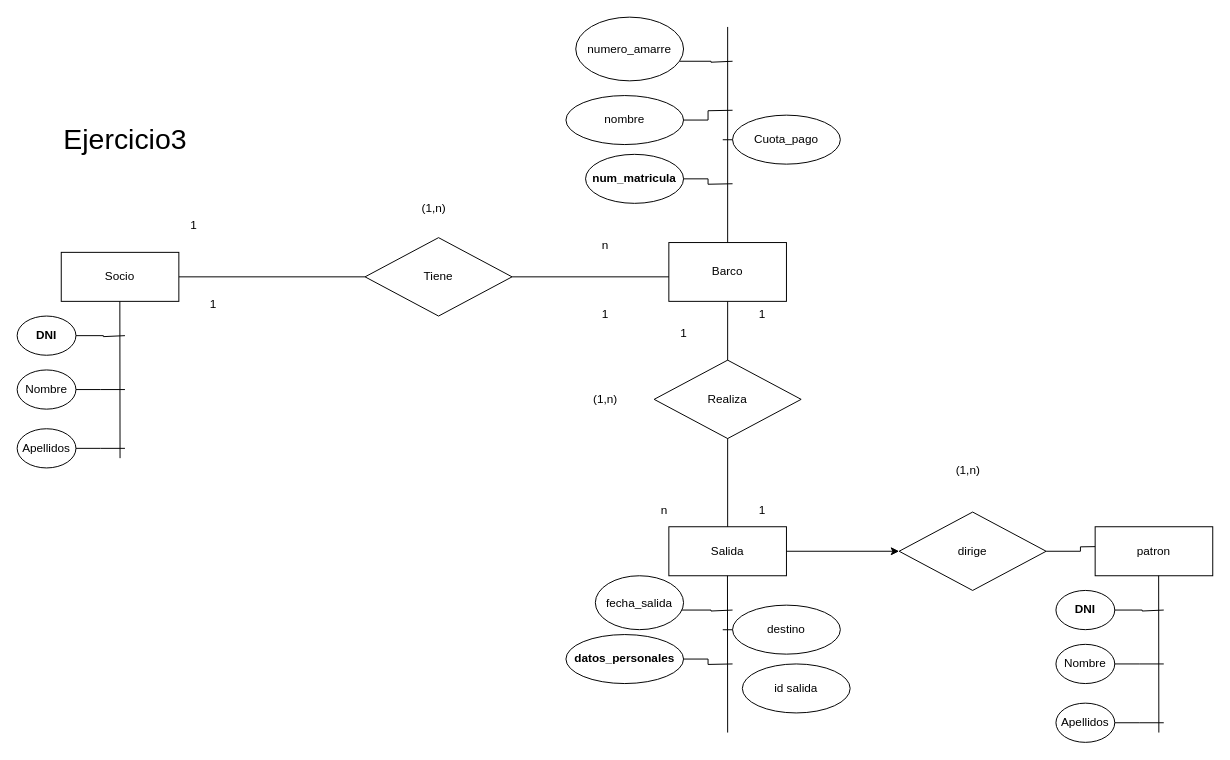
This is ejercicio3.drawio from victorsanchezr/abril23diagrama, a draw.io file, before an edit. Source tidied: cells renumbered, new cells numbered last; positions are measured from the earlier drawing's top-left corner, leaving out a move shared by most shapes. Both pictures are drawn from the tidied source at 98%, with x=0, y=0 at pixel (17, 17).
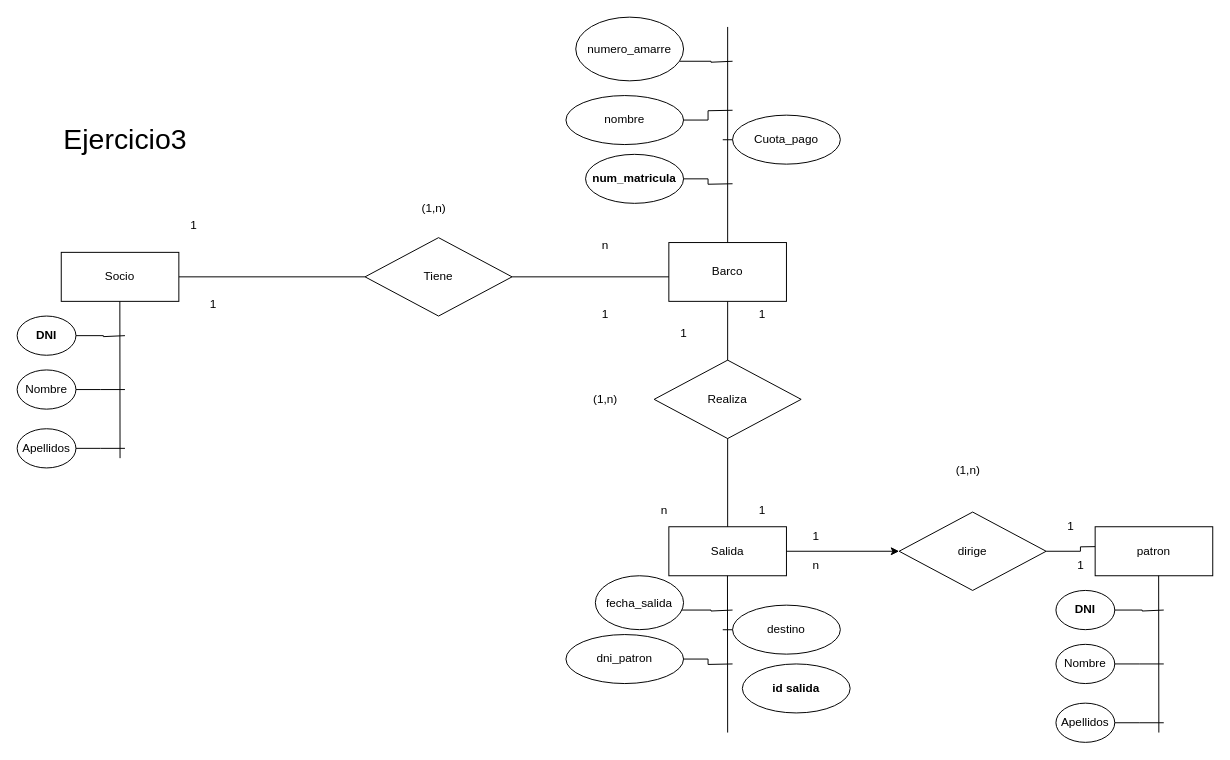
The same page after the edit.

What changed in the source:
```diff
@@
-    <mxCell id="20" value="&lt;b&gt;datos_personales&lt;/b&gt;" style="ellipse;whiteSpace=wrap;html=1;" parent="1" vertex="1">
+    <mxCell id="20" value="dni_patron" style="ellipse;whiteSpace=wrap;html=1;" parent="1" vertex="1">
       <mxGeometry x="560" y="630" width="120" height="50" as="geometry" />
     </mxCell>
@@
-    <mxCell id="44" value="id salida" style="ellipse;whiteSpace=wrap;html=1;" parent="1" vertex="1">
+    <mxCell id="44" value="&lt;b&gt;id salida&lt;/b&gt;" style="ellipse;whiteSpace=wrap;html=1;" parent="1" vertex="1">
       <mxGeometry x="740" y="660" width="110" height="50" as="geometry" />
     </mxCell>
@@
+    <mxCell id="56" value="1" style="text;html=1;align=center;verticalAlign=middle;strokeColor=none;fillColor=none;" parent="1" vertex="1">
+      <mxGeometry x="1060" y="505" width="30" height="30" as="geometry" />
+    </mxCell>
+    <mxCell id="57" value="1" style="text;html=1;align=center;verticalAlign=middle;strokeColor=none;fillColor=none;" parent="1" vertex="1">
+      <mxGeometry x="800" y="515" width="30" height="30" as="geometry" />
+    </mxCell>
+    <mxCell id="58" value="n" style="text;html=1;align=center;verticalAlign=middle;strokeColor=none;fillColor=none;" parent="1" vertex="1">
+      <mxGeometry x="800" y="545" width="30" height="30" as="geometry" />
+    </mxCell>
+    <mxCell id="59" value="1" style="text;html=1;align=center;verticalAlign=middle;strokeColor=none;fillColor=none;" parent="1" vertex="1">
+      <mxGeometry x="1070" y="545" width="30" height="30" as="geometry" />
+    </mxCell>
```
